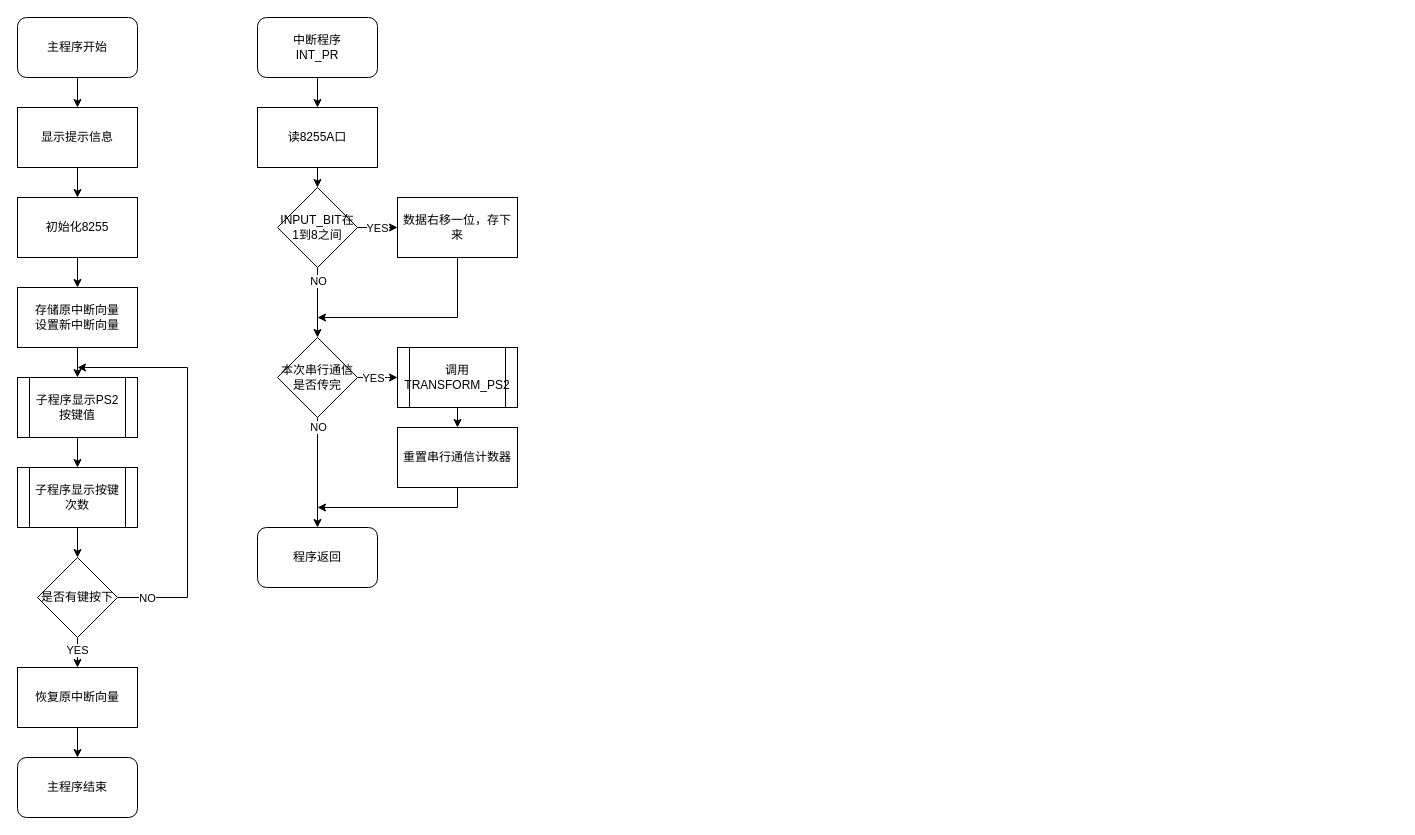
The draw.io diagram flow chart/extend_program_1.drawio in stevenwwl/Microcomputer-Design-, before the edit. Source tidied: cells renumbered, new cells numbered last; positions are measured from the earlier drawing's top-left corner, leaving out a move shared by most shapes. Both pictures are drawn from the tidied source at 100%, with x=0, y=0 at pixel (17, 17).
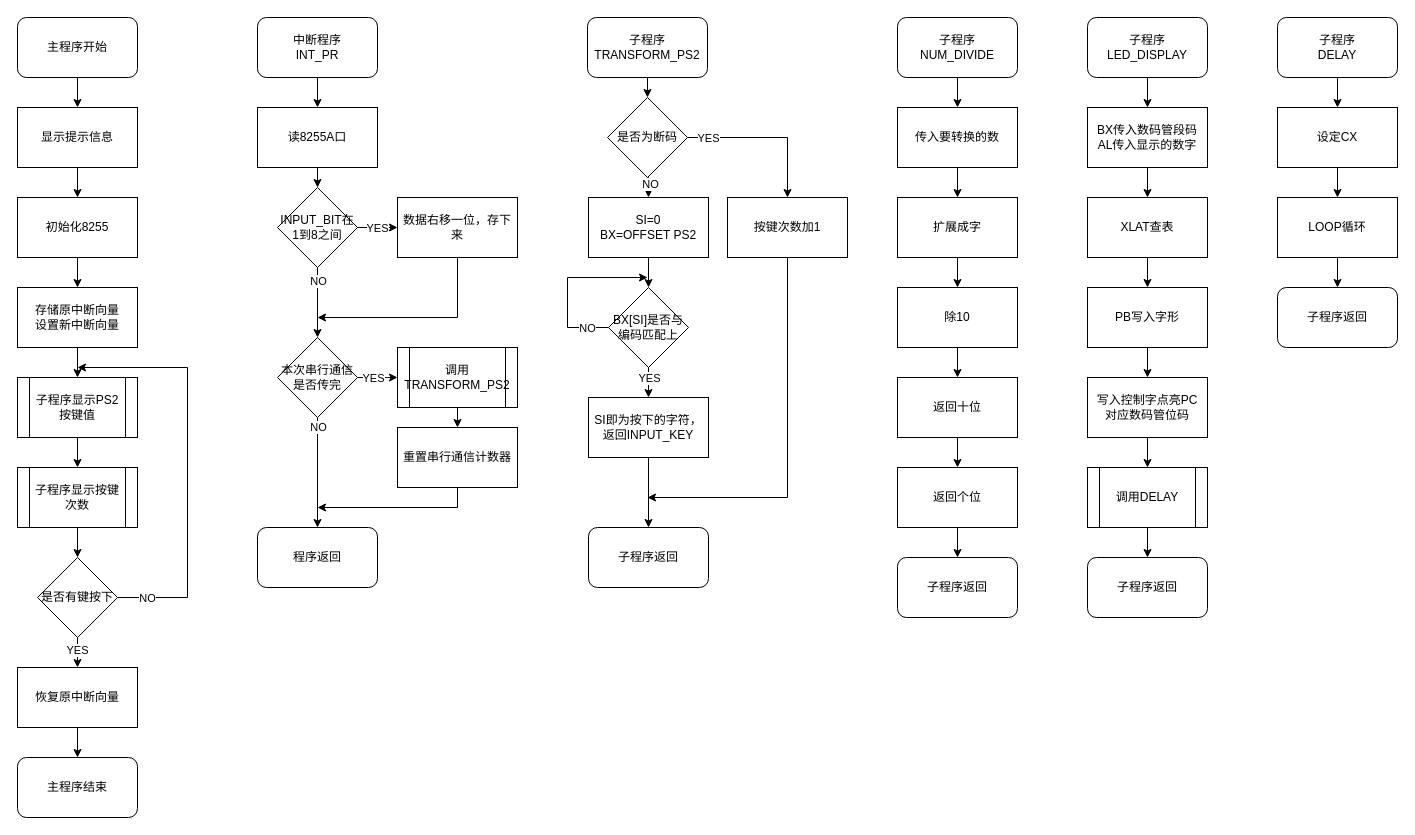
The same diagram, later.

Change to the diagram source:
```diff
@@
+    <mxCell id="43" style="edgeStyle=orthogonalEdgeStyle;rounded=0;jettySize=auto;html=1;exitX=0.5;exitY=1;exitDx=0;exitDy=0;entryX=0.5;entryY=0;entryDx=0;entryDy=0;" parent="1" edge="1" source="44" target="49">
+      <mxGeometry relative="1" as="geometry" />
+    </mxCell>
+    <mxCell id="44" value="子程序&lt;br&gt;TRANSFORM_PS2" style="rounded=1;whiteSpace=wrap;html=1;" parent="1" vertex="1">
+      <mxGeometry x="570" width="120" height="60" as="geometry" />
+    </mxCell>
+    <mxCell id="45" style="edgeStyle=orthogonalEdgeStyle;rounded=0;jettySize=auto;html=1;exitX=0.5;exitY=1;exitDx=0;exitDy=0;entryX=0.5;entryY=0;entryDx=0;entryDy=0;" parent="1" edge="1" source="49" target="51">
+      <mxGeometry relative="1" as="geometry" />
+    </mxCell>
+    <mxCell id="46" value="NO" style="edgeLabel;html=1;align=center;verticalAlign=middle;" parent="45" vertex="1">
+      <mxGeometry x="-0.34" y="1" relative="1" as="geometry" />
+    </mxCell>
+    <mxCell id="47" style="edgeStyle=orthogonalEdgeStyle;rounded=0;jettySize=auto;html=1;exitX=1;exitY=0.5;exitDx=0;exitDy=0;entryX=0.5;entryY=0;entryDx=0;entryDy=0;" parent="1" edge="1" source="49" target="60">
+      <mxGeometry relative="1" as="geometry" />
+    </mxCell>
+    <mxCell id="48" value="YES" style="edgeLabel;html=1;align=center;verticalAlign=middle;" parent="47" vertex="1">
+      <mxGeometry x="-0.75" relative="1" as="geometry" />
+    </mxCell>
+    <mxCell id="49" value="是否为断码" style="rhombus;whiteSpace=wrap;html=1;" parent="1" vertex="1">
+      <mxGeometry x="590" y="80" width="80" height="80" as="geometry" />
+    </mxCell>
+    <mxCell id="50" style="edgeStyle=orthogonalEdgeStyle;rounded=0;jettySize=auto;html=1;exitX=0.5;exitY=1;exitDx=0;exitDy=0;entryX=0.5;entryY=0;entryDx=0;entryDy=0;" parent="1" edge="1" source="51" target="56">
+      <mxGeometry relative="1" as="geometry" />
+    </mxCell>
+    <mxCell id="51" value="SI=0&lt;br&gt;BX=OFFSET PS2" style="rounded=0;whiteSpace=wrap;html=1;" parent="1" vertex="1">
+      <mxGeometry x="571" y="180" width="120" height="60" as="geometry" />
+    </mxCell>
+    <mxCell id="52" style="edgeStyle=orthogonalEdgeStyle;rounded=0;jettySize=auto;html=1;exitX=0;exitY=0.5;exitDx=0;exitDy=0;" parent="1" edge="1" source="56">
+      <mxGeometry relative="1" as="geometry">
+        <mxPoint x="630" y="260" as="targetPoint" />
+        <Array as="points">
+          <mxPoint x="550" y="310" />
+          <mxPoint x="550" y="260" />
+        </Array>
+      </mxGeometry>
+    </mxCell>
+    <mxCell id="53" value="NO" style="edgeLabel;html=1;align=center;verticalAlign=middle;" parent="52" vertex="1">
+      <mxGeometry x="-0.69" relative="1" as="geometry">
+        <mxPoint x="5.8" as="offset" />
+      </mxGeometry>
+    </mxCell>
+    <mxCell id="54" style="edgeStyle=orthogonalEdgeStyle;rounded=0;jettySize=auto;html=1;exitX=0.5;exitY=1;exitDx=0;exitDy=0;entryX=0.5;entryY=0;entryDx=0;entryDy=0;" parent="1" edge="1" source="56" target="58">
+      <mxGeometry relative="1" as="geometry" />
+    </mxCell>
+    <mxCell id="55" value="YES" style="edgeLabel;html=1;align=center;verticalAlign=middle;" parent="54" vertex="1">
+      <mxGeometry x="-0.31" relative="1" as="geometry" />
+    </mxCell>
+    <mxCell id="56" value="BX[SI]是否与编码匹配上" style="rhombus;whiteSpace=wrap;html=1;" parent="1" vertex="1">
+      <mxGeometry x="591" y="270" width="80" height="80" as="geometry" />
+    </mxCell>
+    <mxCell id="57" style="edgeStyle=orthogonalEdgeStyle;rounded=0;jettySize=auto;html=1;exitX=0.5;exitY=1;exitDx=0;exitDy=0;entryX=0.5;entryY=0;entryDx=0;entryDy=0;" parent="1" edge="1" source="58" target="61">
+      <mxGeometry relative="1" as="geometry" />
+    </mxCell>
+    <mxCell id="58" value="SI即为按下的字符，返回INPUT_KEY" style="rounded=0;whiteSpace=wrap;html=1;" parent="1" vertex="1">
+      <mxGeometry x="571" y="380" width="120" height="60" as="geometry" />
+    </mxCell>
+    <mxCell id="59" style="edgeStyle=orthogonalEdgeStyle;rounded=0;jettySize=auto;html=1;exitX=0.5;exitY=1;exitDx=0;exitDy=0;" parent="1" edge="1" source="60">
+      <mxGeometry relative="1" as="geometry">
+        <mxPoint x="630" y="480" as="targetPoint" />
+        <Array as="points">
+          <mxPoint x="770" y="480" />
+        </Array>
+      </mxGeometry>
+    </mxCell>
+    <mxCell id="60" value="按键次数加1" style="rounded=0;whiteSpace=wrap;html=1;" parent="1" vertex="1">
+      <mxGeometry x="710" y="180" width="120" height="60" as="geometry" />
+    </mxCell>
+    <mxCell id="61" value="子程序返回" style="rounded=1;whiteSpace=wrap;html=1;" parent="1" vertex="1">
+      <mxGeometry x="571" y="510" width="120" height="60" as="geometry" />
+    </mxCell>
+    <mxCell id="62" style="edgeStyle=orthogonalEdgeStyle;rounded=0;jettySize=auto;html=1;exitX=0.5;exitY=1;exitDx=0;exitDy=0;entryX=0.5;entryY=0;entryDx=0;entryDy=0;" parent="1" edge="1" source="63" target="65">
+      <mxGeometry relative="1" as="geometry" />
+    </mxCell>
+    <mxCell id="63" value="子程序&lt;br&gt;NUM_DIVIDE" style="rounded=1;whiteSpace=wrap;html=1;" parent="1" vertex="1">
+      <mxGeometry x="880" width="120" height="60" as="geometry" />
+    </mxCell>
+    <mxCell id="64" style="edgeStyle=orthogonalEdgeStyle;rounded=0;jettySize=auto;html=1;exitX=0.5;exitY=1;exitDx=0;exitDy=0;entryX=0.5;entryY=0;entryDx=0;entryDy=0;" parent="1" edge="1" source="65" target="67">
+      <mxGeometry relative="1" as="geometry" />
+    </mxCell>
+    <mxCell id="65" value="传入要转换的数" style="rounded=0;whiteSpace=wrap;html=1;" parent="1" vertex="1">
+      <mxGeometry x="880" y="90" width="120" height="60" as="geometry" />
+    </mxCell>
+    <mxCell id="66" style="edgeStyle=orthogonalEdgeStyle;rounded=0;jettySize=auto;html=1;exitX=0.5;exitY=1;exitDx=0;exitDy=0;entryX=0.5;entryY=0;entryDx=0;entryDy=0;" parent="1" edge="1" source="67" target="69">
+      <mxGeometry relative="1" as="geometry" />
+    </mxCell>
+    <mxCell id="67" value="扩展成字" style="rounded=0;whiteSpace=wrap;html=1;" parent="1" vertex="1">
+      <mxGeometry x="880" y="180" width="120" height="60" as="geometry" />
+    </mxCell>
+    <mxCell id="68" style="edgeStyle=orthogonalEdgeStyle;rounded=0;jettySize=auto;html=1;exitX=0.5;exitY=1;exitDx=0;exitDy=0;entryX=0.5;entryY=0;entryDx=0;entryDy=0;" parent="1" edge="1" source="69" target="71">
+      <mxGeometry relative="1" as="geometry" />
+    </mxCell>
+    <mxCell id="69" value="除10" style="rounded=0;whiteSpace=wrap;html=1;" parent="1" vertex="1">
+      <mxGeometry x="880" y="270" width="120" height="60" as="geometry" />
+    </mxCell>
+    <mxCell id="70" style="edgeStyle=orthogonalEdgeStyle;rounded=0;jettySize=auto;html=1;exitX=0.5;exitY=1;exitDx=0;exitDy=0;entryX=0.5;entryY=0;entryDx=0;entryDy=0;" parent="1" edge="1" source="71" target="73">
+      <mxGeometry relative="1" as="geometry" />
+    </mxCell>
+    <mxCell id="71" value="返回十位" style="rounded=0;whiteSpace=wrap;html=1;" parent="1" vertex="1">
+      <mxGeometry x="880" y="360" width="120" height="60" as="geometry" />
+    </mxCell>
+    <mxCell id="72" style="edgeStyle=orthogonalEdgeStyle;rounded=0;jettySize=auto;html=1;exitX=0.5;exitY=1;exitDx=0;exitDy=0;entryX=0.5;entryY=0;entryDx=0;entryDy=0;" parent="1" edge="1" source="73" target="74">
+      <mxGeometry relative="1" as="geometry" />
+    </mxCell>
+    <mxCell id="73" value="返回个位" style="rounded=0;whiteSpace=wrap;html=1;" parent="1" vertex="1">
+      <mxGeometry x="880" y="450" width="120" height="60" as="geometry" />
+    </mxCell>
+    <mxCell id="74" value="子程序返回" style="rounded=1;whiteSpace=wrap;html=1;" parent="1" vertex="1">
+      <mxGeometry x="880" y="540" width="120" height="60" as="geometry" />
+    </mxCell>
+    <mxCell id="75" style="edgeStyle=orthogonalEdgeStyle;rounded=0;jettySize=auto;html=1;exitX=0.5;exitY=1;exitDx=0;exitDy=0;entryX=0.5;entryY=0;entryDx=0;entryDy=0;" parent="1" edge="1" source="76" target="78">
+      <mxGeometry relative="1" as="geometry" />
+    </mxCell>
+    <mxCell id="76" value="子程序&lt;br&gt;LED_DISPLAY" style="rounded=1;whiteSpace=wrap;html=1;" parent="1" vertex="1">
+      <mxGeometry x="1070" width="120" height="60" as="geometry" />
+    </mxCell>
+    <mxCell id="77" style="edgeStyle=orthogonalEdgeStyle;rounded=0;jettySize=auto;html=1;exitX=0.5;exitY=1;exitDx=0;exitDy=0;entryX=0.5;entryY=0;entryDx=0;entryDy=0;" parent="1" edge="1" source="78" target="80">
+      <mxGeometry relative="1" as="geometry" />
+    </mxCell>
+    <mxCell id="78" value="BX传入数码管段码&lt;br&gt;AL传入显示的数字" style="rounded=0;whiteSpace=wrap;html=1;" parent="1" vertex="1">
+      <mxGeometry x="1070" y="90" width="120" height="60" as="geometry" />
+    </mxCell>
+    <mxCell id="79" style="edgeStyle=orthogonalEdgeStyle;rounded=0;jettySize=auto;html=1;exitX=0.5;exitY=1;exitDx=0;exitDy=0;entryX=0.5;entryY=0;entryDx=0;entryDy=0;" parent="1" edge="1" source="80" target="82">
+      <mxGeometry relative="1" as="geometry" />
+    </mxCell>
+    <mxCell id="80" value="XLAT查表" style="rounded=0;whiteSpace=wrap;html=1;" parent="1" vertex="1">
+      <mxGeometry x="1070" y="180" width="120" height="60" as="geometry" />
+    </mxCell>
+    <mxCell id="81" style="edgeStyle=orthogonalEdgeStyle;rounded=0;jettySize=auto;html=1;exitX=0.5;exitY=1;exitDx=0;exitDy=0;entryX=0.5;entryY=0;entryDx=0;entryDy=0;" parent="1" edge="1" source="82" target="84">
+      <mxGeometry relative="1" as="geometry" />
+    </mxCell>
+    <mxCell id="82" value="PB写入字形" style="rounded=0;whiteSpace=wrap;html=1;" parent="1" vertex="1">
+      <mxGeometry x="1070" y="270" width="120" height="60" as="geometry" />
+    </mxCell>
+    <mxCell id="83" style="edgeStyle=orthogonalEdgeStyle;rounded=0;jettySize=auto;html=1;exitX=0.5;exitY=1;exitDx=0;exitDy=0;entryX=0.5;entryY=0;entryDx=0;entryDy=0;" parent="1" edge="1" source="84" target="86">
+      <mxGeometry relative="1" as="geometry" />
+    </mxCell>
+    <mxCell id="84" value="写入控制字点亮PC&lt;br&gt;对应数码管位码" style="rounded=0;whiteSpace=wrap;html=1;" parent="1" vertex="1">
+      <mxGeometry x="1070" y="360" width="120" height="60" as="geometry" />
+    </mxCell>
+    <mxCell id="85" style="edgeStyle=orthogonalEdgeStyle;rounded=0;jettySize=auto;html=1;exitX=0.5;exitY=1;exitDx=0;exitDy=0;entryX=0.5;entryY=0;entryDx=0;entryDy=0;" parent="1" edge="1" source="86" target="87">
+      <mxGeometry relative="1" as="geometry" />
+    </mxCell>
+    <mxCell id="86" value="调用DELAY" style="shape=process;whiteSpace=wrap;html=1;backgroundOutline=1;" parent="1" vertex="1">
+      <mxGeometry x="1070" y="450" width="120" height="60" as="geometry" />
+    </mxCell>
+    <mxCell id="87" value="子程序返回" style="rounded=1;whiteSpace=wrap;html=1;" parent="1" vertex="1">
+      <mxGeometry x="1070" y="540" width="120" height="60" as="geometry" />
+    </mxCell>
+    <mxCell id="88" style="edgeStyle=orthogonalEdgeStyle;rounded=0;jettySize=auto;html=1;exitX=0.5;exitY=1;exitDx=0;exitDy=0;entryX=0.5;entryY=0;entryDx=0;entryDy=0;" parent="1" edge="1" source="89" target="91">
+      <mxGeometry relative="1" as="geometry" />
+    </mxCell>
+    <mxCell id="89" value="子程序&lt;br&gt;DELAY" style="rounded=1;whiteSpace=wrap;html=1;" parent="1" vertex="1">
+      <mxGeometry x="1260" width="120" height="60" as="geometry" />
+    </mxCell>
+    <mxCell id="90" style="edgeStyle=orthogonalEdgeStyle;rounded=0;jettySize=auto;html=1;exitX=0.5;exitY=1;exitDx=0;exitDy=0;entryX=0.5;entryY=0;entryDx=0;entryDy=0;" parent="1" edge="1" source="91" target="93">
+      <mxGeometry relative="1" as="geometry" />
+    </mxCell>
+    <mxCell id="91" value="设定CX" style="rounded=0;whiteSpace=wrap;html=1;" parent="1" vertex="1">
+      <mxGeometry x="1260" y="90" width="120" height="60" as="geometry" />
+    </mxCell>
+    <mxCell id="92" style="edgeStyle=orthogonalEdgeStyle;rounded=0;jettySize=auto;html=1;exitX=0.5;exitY=1;exitDx=0;exitDy=0;entryX=0.5;entryY=0;entryDx=0;entryDy=0;" parent="1" edge="1" source="93" target="94">
+      <mxGeometry relative="1" as="geometry" />
+    </mxCell>
+    <mxCell id="93" value="LOOP循环" style="rounded=0;whiteSpace=wrap;html=1;" parent="1" vertex="1">
+      <mxGeometry x="1260" y="180" width="120" height="60" as="geometry" />
+    </mxCell>
+    <mxCell id="94" value="子程序返回" style="rounded=1;whiteSpace=wrap;html=1;" parent="1" vertex="1">
+      <mxGeometry x="1260" y="270" width="120" height="60" as="geometry" />
+    </mxCell>
```
